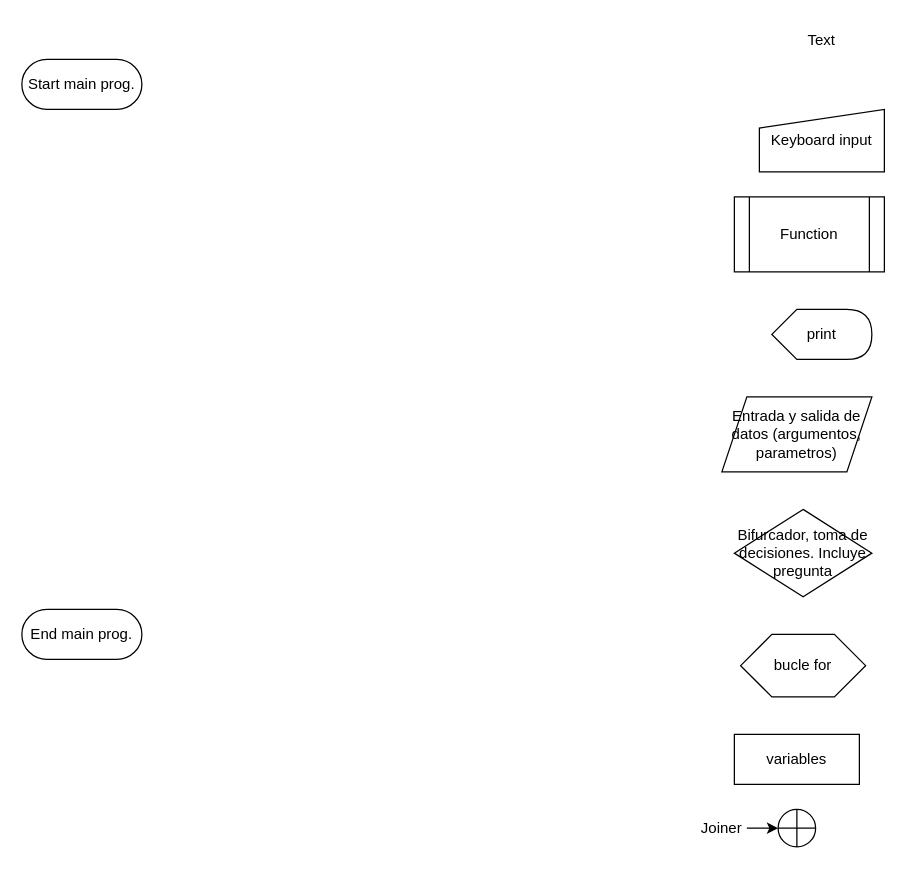
This is page "Plantilla" (1 of 11) of Python/Ejercicios_python/Flujogramas.drawio from MoltenDevLabs/data-science-bootcamp, a draw.io file, before an edit. Source tidied: cells renumbered, new cells numbered last; positions are measured from the earlier drawing's top-left corner, leaving out a move shared by most shapes. Both pictures are drawn from the tidied source at 125%, with x=0, y=0 at pixel (21, 21).
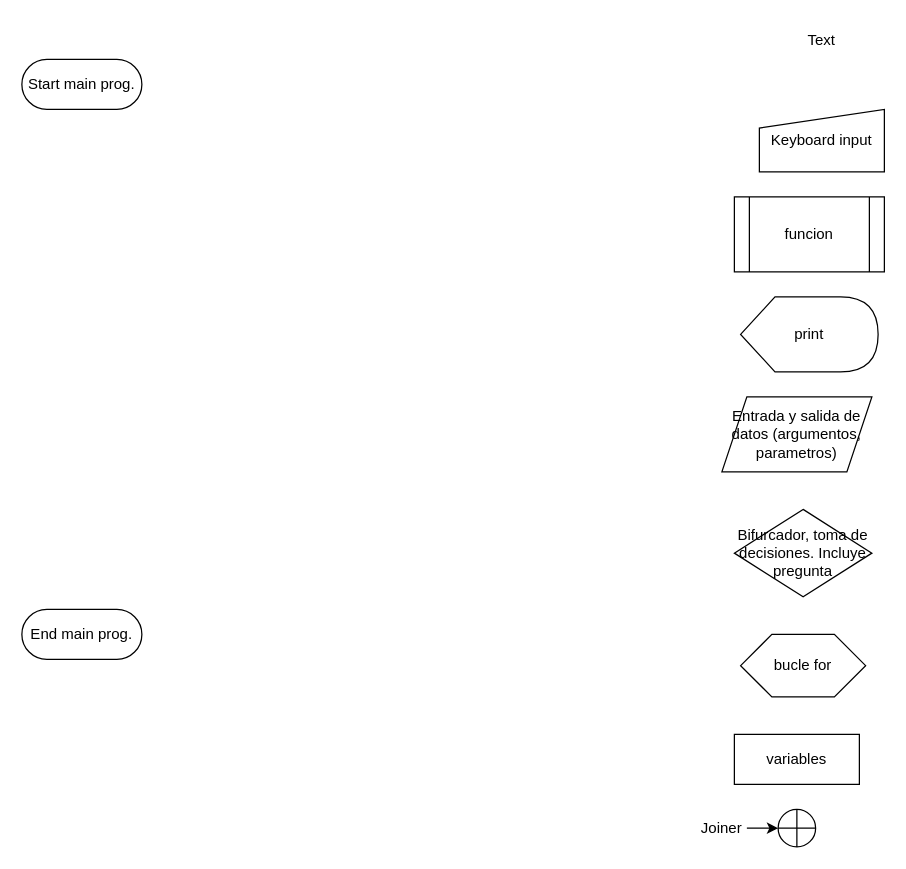
The same diagram, later.

Commit message (it also covers changes not shown here):
completado ejercicio 3.8

What changed in the source:
```diff
@@
 <mxGraphModel>
   <root>
     <mxCell id="0" />
     <mxCell id="1" parent="0" />
     <mxCell id="2" value="Start main prog." style="html=1;dashed=0;whiteSpace=wrap;shape=mxgraph.dfd.start;" parent="1" vertex="1">
       <mxGeometry y="30" width="96" height="40" as="geometry" />
     </mxCell>
     <mxCell id="3" value="End main prog." style="html=1;dashed=0;whiteSpace=wrap;shape=mxgraph.dfd.start;" parent="1" vertex="1">
       <mxGeometry y="470" width="96" height="40" as="geometry" />
     </mxCell>
     <mxCell id="4" value="Keyboard input" style="shape=manualInput;whiteSpace=wrap;html=1;dashed=0;size=15;" parent="1" vertex="1">
       <mxGeometry x="590" y="70" width="100" height="50" as="geometry" />
     </mxCell>
-    <mxCell id="5" value="Function" style="shape=process;whiteSpace=wrap;html=1;backgroundOutline=1;" parent="1" vertex="1">
+    <mxCell id="5" value="funcion" style="shape=process;whiteSpace=wrap;html=1;backgroundOutline=1;" parent="1" vertex="1">
       <mxGeometry x="570" y="140" width="120" height="60" as="geometry" />
     </mxCell>
     <mxCell id="6" value="print" style="shape=display;whiteSpace=wrap;html=1;" parent="1" vertex="1">
-      <mxGeometry x="600" y="230" width="80" height="40" as="geometry" />
+      <mxGeometry x="575" y="220" width="110" height="60" as="geometry" />
     </mxCell>
     <mxCell id="7" value="Entrada y salida de datos (argumentos, parametros)" style="shape=parallelogram;perimeter=parallelogramPerimeter;whiteSpace=wrap;html=1;fixedSize=1;" parent="1" vertex="1">
       <mxGeometry x="560" y="300" width="120" height="60" as="geometry" />
     </mxCell>
     <mxCell id="8" value="Bifurcador, toma de decisiones. Incluye pregunta" style="shape=rhombus;html=1;dashed=0;whiteSpace=wrap;perimeter=rhombusPerimeter;" parent="1" vertex="1">
       <mxGeometry x="570" y="390" width="110" height="70" as="geometry" />
     </mxCell>
     <mxCell id="9" value="Text" style="text;html=1;align=center;verticalAlign=middle;whiteSpace=wrap;rounded=0;" parent="1" vertex="1">
       <mxGeometry x="610" width="60" height="30" as="geometry" />
     </mxCell>
     <mxCell id="10" value="bucle for" style="shape=hexagon;perimeter=hexagonPerimeter2;whiteSpace=wrap;html=1;size=0.25;" parent="1" vertex="1">
       <mxGeometry x="575" y="490" width="100" height="50" as="geometry" />
     </mxCell>
     <mxCell id="11" value="variables" style="rounded=0;whiteSpace=wrap;html=1;" parent="1" vertex="1">
       <mxGeometry x="570" y="570" width="100" height="40" as="geometry" />
     </mxCell>
     <mxCell id="12" style="shape=orEllipse;perimeter=ellipsePerimeter;whiteSpace=wrap;html=1;backgroundOutline=1;" parent="1" vertex="1">
       <mxGeometry x="605" y="630" width="30" height="30" as="geometry" />
     </mxCell>
     <mxCell id="13" style="edgeStyle=orthogonalEdgeStyle;rounded=0;jettySize=auto;html=1;" parent="1" edge="1" source="14" target="12">
       <mxGeometry relative="1" as="geometry" />
     </mxCell>
     <mxCell id="14" value="Joiner" style="text;html=1;align=center;verticalAlign=middle;whiteSpace=wrap;rounded=0;" parent="1" vertex="1">
       <mxGeometry x="540" y="630" width="40" height="30" as="geometry" />
     </mxCell>
   </root>
 </mxGraphModel>
```
